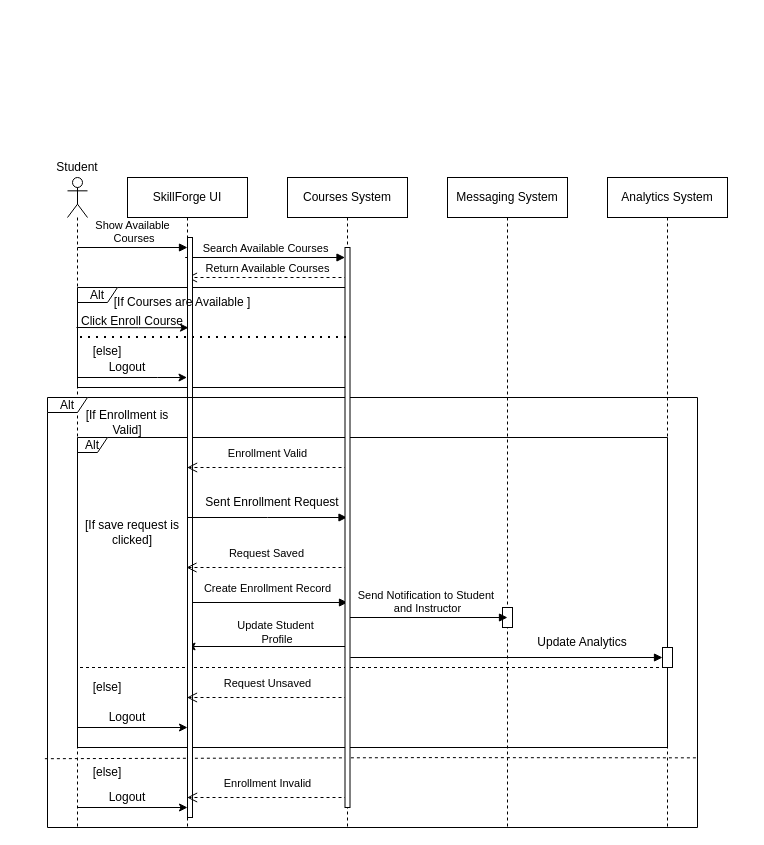
The draw.io diagram SequenceDiagram.drawio in RodinaMohamed04/Lab6, before the edit. Source tidied: cells renumbered, new cells numbered last; positions are measured from the earlier drawing's top-left corner, leaving out a move shared by most shapes. Both pictures are drawn from the tidied source at 100%, with x=0, y=0 at pixel (47, 157).
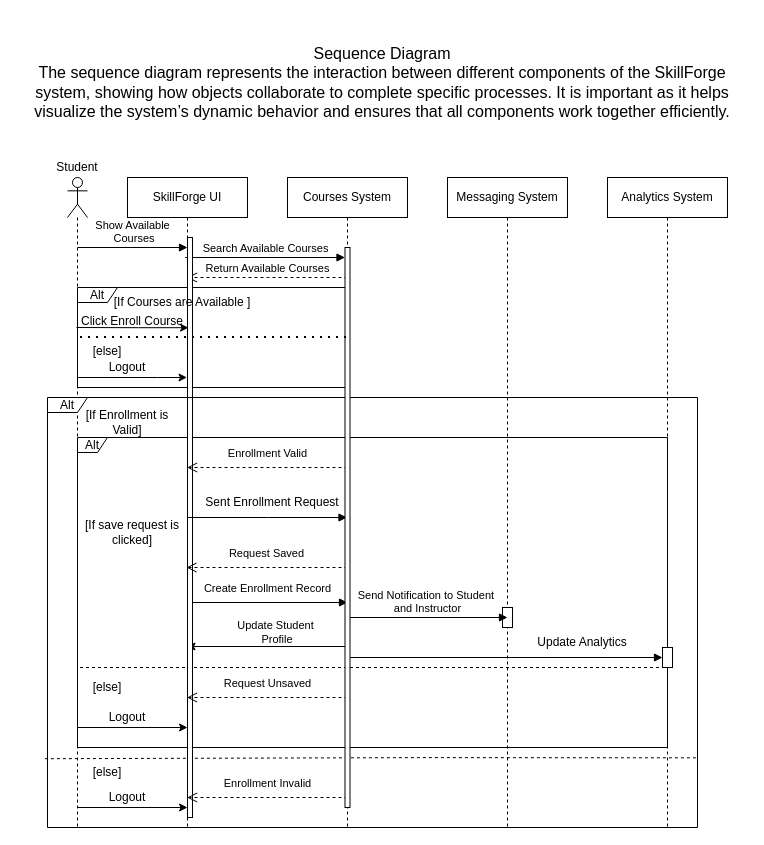
The same diagram, later.

Change to the diagram source:
```diff
@@
+    <mxCell id="48" value="&lt;font style=&quot;font-size: 16px;&quot;&gt;Sequence Diagram&lt;/font&gt;&lt;div&gt;&lt;font style=&quot;font-size: 16px;&quot;&gt;The sequence diagram represents the interaction between different components of the SkillForge system, showing how objects collaborate to complete specific processes. It is important as it helps visualize the system’s dynamic behavior and ensures that all components work together efficiently.&lt;/font&gt;&lt;/div&gt;" style="text;html=1;whiteSpace=wrap;strokeColor=none;fillColor=none;align=center;verticalAlign=middle;rounded=0;" parent="1" vertex="1">
+      <mxGeometry x="-30" y="-140" width="730" height="130" as="geometry" />
+    </mxCell>
```
